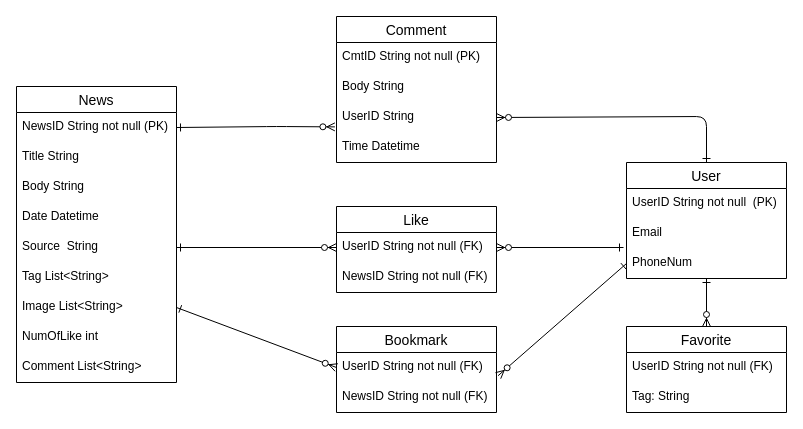
Before: Diagram.drawio in TruongGiaThach/CheemsNews, a draw.io diagram. Source tidied: cells renumbered, new cells numbered last; positions are measured from the earlier drawing's top-left corner, leaving out a move shared by most shapes. Both pictures are drawn from the tidied source at 100%, with x=0, y=0 at pixel (16, 16).
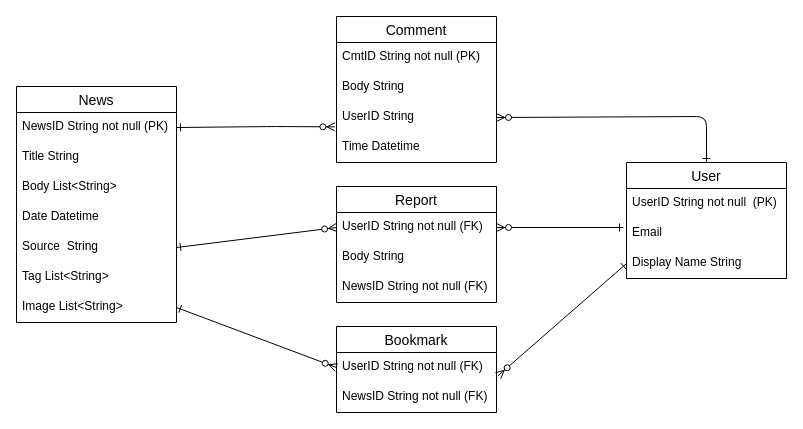
Above is the later version.

Unchanged cells that the change refers to:
```xml
<mxCell id="2" value="User" style="swimlane;fontStyle=0;horizontal=1;startSize=26;align=center;fontSize=14;" parent="1" vertex="1">
  <mxGeometry x="610" y="146" width="160" height="116" as="geometry" />
</mxCell>
<mxCell id="10" value="UserID String not null (FK)" style="text;strokeColor=none;fillColor=none;spacingLeft=4;spacingRight=4;overflow=hidden;points=[[0,0.5],[1,0.5]];portConstraint=eastwest;fontSize=12;" parent="9" vertex="1">
  <mxGeometry y="26" width="160" height="30" as="geometry" />
</mxCell>
```

Diff of the diagram source:
```diff
@@
-    <mxCell id="5" value="PhoneNum" style="text;strokeColor=none;fillColor=none;spacingLeft=4;spacingRight=4;overflow=hidden;points=[[0,0.5],[1,0.5]];portConstraint=eastwest;fontSize=12;" parent="2" vertex="1">
+    <mxCell id="5" value="Display Name String" style="text;strokeColor=none;fillColor=none;spacingLeft=4;spacingRight=4;overflow=hidden;points=[[0,0.5],[1,0.5]];portConstraint=eastwest;fontSize=12;" parent="2" vertex="1">
       <mxGeometry y="86" width="160" height="30" as="geometry" />
     </mxCell>
-    <mxCell id="6" value="Favorite" style="swimlane;fontStyle=0;horizontal=1;startSize=26;align=center;fontSize=14;" parent="1" vertex="1">
-      <mxGeometry x="610" y="310" width="160" height="86" as="geometry" />
-    </mxCell>
-    <mxCell id="7" value="UserID String not null (FK)" style="text;strokeColor=none;fillColor=none;spacingLeft=4;spacingRight=4;overflow=hidden;fontSize=12;" parent="6" vertex="1">
-      <mxGeometry y="26" width="160" height="30" as="geometry" />
-    </mxCell>
-    <mxCell id="8" value="Tag: String" style="text;strokeColor=none;fillColor=none;spacingLeft=4;spacingRight=4;overflow=hidden;fontSize=12;" parent="6" vertex="1">
-      <mxGeometry y="56" width="160" height="30" as="geometry" />
-    </mxCell>
-    <mxCell id="9" value="Like" style="swimlane;fontStyle=0;horizontal=1;startSize=26;align=center;fontSize=14;" parent="1" vertex="1">
-      <mxGeometry x="320" y="190" width="160" height="86" as="geometry" />
+    <mxCell id="9" value="Report" style="swimlane;fontStyle=0;horizontal=1;startSize=26;align=center;fontSize=14;" parent="1" vertex="1">
+      <mxGeometry x="320" y="170" width="160" height="116" as="geometry" />
     </mxCell>
@@
+    <mxCell id="37" value="Body String" style="text;strokeColor=none;fillColor=none;spacingLeft=4;spacingRight=4;overflow=hidden;fontSize=12;" parent="9" vertex="1">
+      <mxGeometry y="56" width="160" height="30" as="geometry" />
+    </mxCell>
     <mxCell id="11" value="NewsID String not null (FK)" style="text;strokeColor=none;fillColor=none;spacingLeft=4;spacingRight=4;overflow=hidden;fontSize=12;" parent="9" vertex="1">
-      <mxGeometry y="56" width="160" height="30" as="geometry" />
+      <mxGeometry y="86" width="160" height="30" as="geometry" />
     </mxCell>
@@
     <mxCell id="15" value="News" style="swimlane;fontStyle=0;horizontal=1;startSize=26;align=center;fontSize=14;" parent="1" vertex="1">
-      <mxGeometry y="70" width="160" height="296" as="geometry" />
+      <mxGeometry y="70" width="160" height="236" as="geometry" />
     </mxCell>
@@
-    <mxCell id="18" value="Body String" style="text;strokeColor=none;fillColor=none;spacingLeft=4;spacingRight=4;overflow=hidden;fontSize=12;" parent="15" vertex="1">
+    <mxCell id="18" value="Body List&lt;String&gt;" style="text;strokeColor=none;fillColor=none;spacingLeft=4;spacingRight=4;overflow=hidden;fontSize=12;" parent="15" vertex="1">
       <mxGeometry y="86" width="160" height="30" as="geometry" />
     </mxCell>
@@
-    <mxCell id="23" value="NumOfLike int" style="text;strokeColor=none;fillColor=none;spacingLeft=4;spacingRight=4;overflow=hidden;fontSize=12;" parent="15" vertex="1">
-      <mxGeometry y="236" width="160" height="30" as="geometry" />
-    </mxCell>
-    <mxCell id="24" value="Comment List&lt;String&gt;" style="text;strokeColor=none;fillColor=none;spacingLeft=4;spacingRight=4;overflow=hidden;fontSize=12;" parent="15" vertex="1">
-      <mxGeometry y="266" width="160" height="30" as="geometry" />
-    </mxCell>
@@
-    <mxCell id="30" style="fontSize=12;html=1;endArrow=ERzeroToMany;startArrow=ERone;entryX=0.5;entryY=0;entryDx=0;entryDy=0;startFill=0;elbow=vertical;" parent="1" edge="1" source="5" target="6">
-      <mxGeometry relative="1" as="geometry" />
-    </mxCell>
@@
-    <mxCell id="33" style="fontSize=12;html=1;endArrow=ERzeroToMany;startArrow=ERone;startFill=0;elbow=vertical;entryX=1;entryY=0.5;entryDx=0;entryDy=0;" parent="1" edge="1" target="10">
+    <mxCell id="33" style="fontSize=12;html=1;endArrow=ERzeroToMany;startArrow=ERone;startFill=0;elbow=vertical;entryX=1;entryY=0.5;entryDx=0;entryDy=0;endFill=1;" parent="1" edge="1" target="10">
       <mxGeometry relative="1" as="geometry">
-        <mxPoint x="607" y="231" as="sourcePoint" />
+        <mxPoint x="607" y="211" as="sourcePoint" />
       </mxGeometry>
     </mxCell>
```
